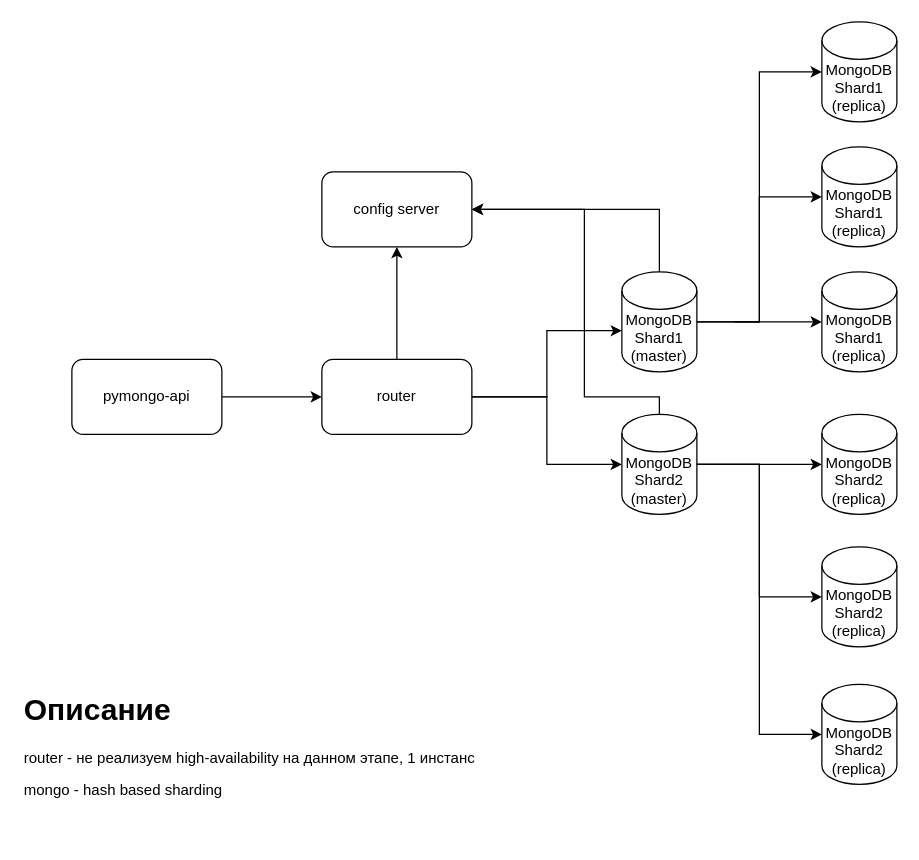
gdm000/architecture-sprint-2 keeps this draw.io diagram as task3_hw.drawio. Above is the earlier version. Source tidied: cells renumbered, new cells numbered last; positions are measured from the earlier drawing's top-left corner, leaving out a move shared by most shapes. Both pictures are drawn from the tidied source at 125%, with x=0, y=0 at pixel (21, 21).
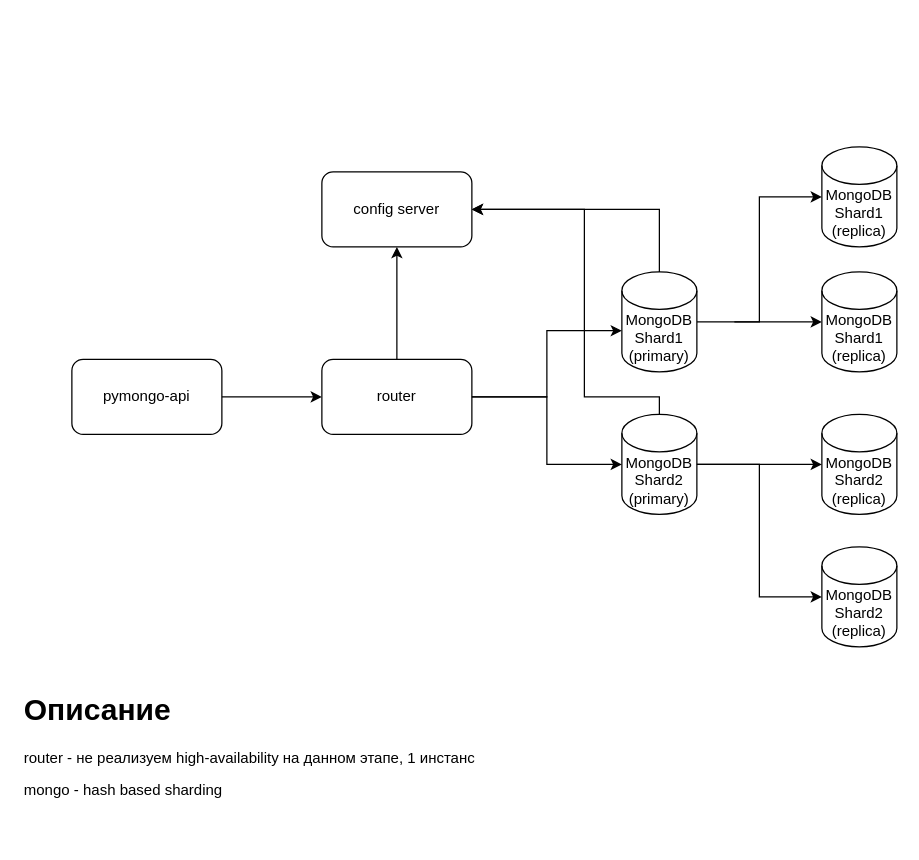
After the change.

Change to the diagram source:
```diff
@@
-    <mxCell id="8" value="MongoDB&lt;br&gt;Shard1&lt;br&gt;(master)" style="shape=cylinder3;whiteSpace=wrap;html=1;boundedLbl=1;backgroundOutline=1;size=15;" parent="1" vertex="1">
+    <mxCell id="8" value="MongoDB&lt;br&gt;Shard1&lt;br&gt;(primary)" style="shape=cylinder3;whiteSpace=wrap;html=1;boundedLbl=1;backgroundOutline=1;size=15;" parent="1" vertex="1">
       <mxGeometry x="480" y="200" width="60" height="80" as="geometry" />
     </mxCell>
@@
-    <mxCell id="10" value="MongoDB&lt;br&gt;Shard2&lt;br&gt;(master)" style="shape=cylinder3;whiteSpace=wrap;html=1;boundedLbl=1;backgroundOutline=1;size=15;" parent="1" vertex="1">
+    <mxCell id="10" value="MongoDB&lt;br&gt;Shard2&lt;br&gt;(primary)" style="shape=cylinder3;whiteSpace=wrap;html=1;boundedLbl=1;backgroundOutline=1;size=15;" parent="1" vertex="1">
       <mxGeometry x="480" y="314" width="60" height="80" as="geometry" />
     </mxCell>
@@
-    <mxCell id="14" value="MongoDB&lt;br&gt;Shard1&lt;br&gt;(replica)" style="shape=cylinder3;whiteSpace=wrap;html=1;boundedLbl=1;backgroundOutline=1;size=15;" parent="1" vertex="1">
-      <mxGeometry x="640" width="60" height="80" as="geometry" />
-    </mxCell>
@@
-    <mxCell id="18" style="edgeStyle=orthogonalEdgeStyle;rounded=0;jettySize=auto;html=1;entryX=0;entryY=0.5;entryDx=0;entryDy=0;entryPerimeter=0;" parent="1" edge="1" source="8" target="14">
-      <mxGeometry relative="1" as="geometry" />
-    </mxCell>
@@
-    <mxCell id="22" value="MongoDB&lt;br&gt;Shard2&lt;br&gt;(replica)" style="shape=cylinder3;whiteSpace=wrap;html=1;boundedLbl=1;backgroundOutline=1;size=15;" parent="1" vertex="1">
-      <mxGeometry x="640" y="530" width="60" height="80" as="geometry" />
-    </mxCell>
@@
-    <mxCell id="25" style="edgeStyle=orthogonalEdgeStyle;rounded=0;jettySize=auto;html=1;entryX=0;entryY=0.5;entryDx=0;entryDy=0;entryPerimeter=0;" parent="1" edge="1" source="10" target="22">
-      <mxGeometry relative="1" as="geometry" />
-    </mxCell>
```
